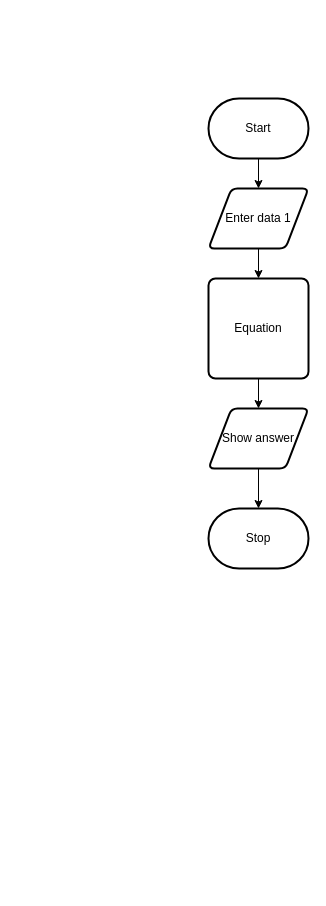
Before: design/flowchart.drawio in MTHS-ICS2O-2-2022/ICS2O-Unit-5-01-Jaden-Plugowsky, a draw.io diagram. Source tidied: cells renumbered, new cells numbered last; positions are measured from the earlier drawing's top-left corner, leaving out a move shared by most shapes. Both pictures are drawn from the tidied source at 100%, with x=0, y=0 at pixel (208, 98).
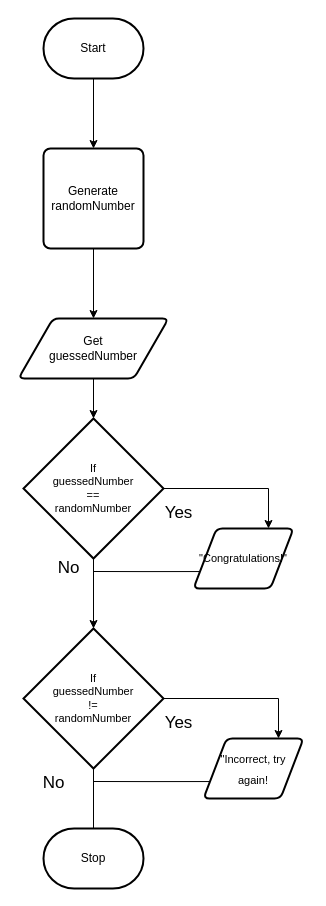
The same page after the edit.

The edit, as a diff of the source:
```diff
@@
-    <mxCell id="2" style="edgeStyle=orthogonalEdgeStyle;html=1;entryX=0.5;entryY=0;entryDx=0;entryDy=0;rounded=0;" parent="1" edge="1" source="3" target="6">
-      <mxGeometry relative="1" as="geometry" />
-    </mxCell>
+    <mxCell id="11" style="edgeStyle=orthogonalEdgeStyle;shape=connector;rounded=0;html=1;labelBackgroundColor=default;strokeColor=default;fontFamily=Helvetica;fontSize=11;fontColor=default;endArrow=classic;" parent="1" edge="1" source="3" target="14">
+      <mxGeometry relative="1" as="geometry" />
+    </mxCell>
     <mxCell id="3" value="Start" style="strokeWidth=2;html=1;shape=mxgraph.flowchart.terminator;whiteSpace=wrap;" parent="1" vertex="1">
-      <mxGeometry width="100" height="60" as="geometry" />
+      <mxGeometry x="-165" y="-80" width="100" height="60" as="geometry" />
     </mxCell>
     <mxCell id="4" value="Stop" style="strokeWidth=2;html=1;shape=mxgraph.flowchart.terminator;whiteSpace=wrap;" parent="1" vertex="1">
-      <mxGeometry y="410" width="100" height="60" as="geometry" />
+      <mxGeometry x="-165" y="730" width="100" height="60" as="geometry" />
     </mxCell>
-    <mxCell id="5" style="edgeStyle=orthogonalEdgeStyle;shape=connector;rounded=0;html=1;entryX=0.5;entryY=0;entryDx=0;entryDy=0;labelBackgroundColor=default;strokeColor=default;fontFamily=Helvetica;fontSize=11;fontColor=default;endArrow=classic;" parent="1" edge="1" source="6" target="10">
-      <mxGeometry relative="1" as="geometry" />
-    </mxCell>
+    <mxCell id="12" style="edgeStyle=orthogonalEdgeStyle;shape=connector;rounded=0;html=1;entryX=0.5;entryY=0;entryDx=0;entryDy=0;entryPerimeter=0;labelBackgroundColor=default;strokeColor=default;fontFamily=Helvetica;fontSize=11;fontColor=default;endArrow=classic;" parent="1" edge="1" source="6" target="17">
+      <mxGeometry relative="1" as="geometry" />
+    </mxCell>
-    <mxCell id="6" value="Enter data 1" style="shape=parallelogram;html=1;strokeWidth=2;perimeter=parallelogramPerimeter;whiteSpace=wrap;rounded=1;arcSize=12;size=0.23;" parent="1" vertex="1">
-      <mxGeometry y="90" width="100" height="60" as="geometry" />
+    <mxCell id="6" value="Get&lt;br&gt;guessedNumber" style="shape=parallelogram;html=1;strokeWidth=2;perimeter=parallelogramPerimeter;whiteSpace=wrap;rounded=1;arcSize=12;size=0.23;" parent="1" vertex="1">
+      <mxGeometry x="-190" y="220" width="150" height="60" as="geometry" />
     </mxCell>
-    <mxCell id="7" style="edgeStyle=orthogonalEdgeStyle;shape=connector;rounded=0;html=1;labelBackgroundColor=default;strokeColor=default;fontFamily=Helvetica;fontSize=11;fontColor=default;endArrow=classic;" parent="1" edge="1" source="8" target="4">
-      <mxGeometry relative="1" as="geometry" />
-    </mxCell>
-    <mxCell id="8" value="Show answer" style="shape=parallelogram;html=1;strokeWidth=2;perimeter=parallelogramPerimeter;whiteSpace=wrap;rounded=1;arcSize=12;size=0.23;" parent="1" vertex="1">
-      <mxGeometry y="310" width="100" height="60" as="geometry" />
-    </mxCell>
-    <mxCell id="9" style="edgeStyle=orthogonalEdgeStyle;shape=connector;rounded=0;html=1;entryX=0.5;entryY=0;entryDx=0;entryDy=0;labelBackgroundColor=default;strokeColor=default;fontFamily=Helvetica;fontSize=11;fontColor=default;endArrow=classic;" parent="1" edge="1" source="10" target="8">
-      <mxGeometry relative="1" as="geometry" />
-    </mxCell>
-    <mxCell id="10" value="Equation" style="rounded=1;whiteSpace=wrap;html=1;absoluteArcSize=1;arcSize=14;strokeWidth=2;" parent="1" vertex="1">
-      <mxGeometry y="180" width="100" height="100" as="geometry" />
-    </mxCell>
+    <mxCell id="13" style="edgeStyle=orthogonalEdgeStyle;shape=connector;rounded=0;html=1;entryX=0.5;entryY=0;entryDx=0;entryDy=0;labelBackgroundColor=default;strokeColor=default;fontFamily=Helvetica;fontSize=11;fontColor=default;endArrow=classic;" parent="1" edge="1" source="14" target="6">
+      <mxGeometry relative="1" as="geometry" />
+    </mxCell>
+    <mxCell id="14" value="Generate&lt;br&gt;randomNumber" style="rounded=1;whiteSpace=wrap;html=1;absoluteArcSize=1;arcSize=14;strokeWidth=2;" parent="1" vertex="1">
+      <mxGeometry x="-165" y="50" width="100" height="100" as="geometry" />
+    </mxCell>
+    <mxCell id="15" style="edgeStyle=orthogonalEdgeStyle;shape=connector;rounded=0;html=1;entryX=0.75;entryY=0;entryDx=0;entryDy=0;labelBackgroundColor=default;strokeColor=default;fontFamily=Helvetica;fontSize=11;fontColor=default;endArrow=classic;" parent="1" edge="1" source="17" target="19">
+      <mxGeometry relative="1" as="geometry" />
+    </mxCell>
+    <mxCell id="16" style="edgeStyle=orthogonalEdgeStyle;shape=connector;rounded=0;html=1;labelBackgroundColor=default;strokeColor=default;fontFamily=Helvetica;fontSize=11;fontColor=default;endArrow=classic;entryX=0.5;entryY=0;entryDx=0;entryDy=0;entryPerimeter=0;" parent="1" edge="1" source="17" target="24">
+      <mxGeometry relative="1" as="geometry" />
+    </mxCell>
+    <mxCell id="17" value="If&lt;br&gt;guessedNumber&lt;br&gt;==&lt;br&gt;randomNumber" style="strokeWidth=2;html=1;shape=mxgraph.flowchart.decision;whiteSpace=wrap;fontFamily=Helvetica;fontSize=11;fontColor=default;" parent="1" vertex="1">
+      <mxGeometry x="-185" y="320" width="140" height="140" as="geometry" />
+    </mxCell>
+    <mxCell id="18" style="edgeStyle=orthogonalEdgeStyle;rounded=0;html=1;exitX=0;exitY=0.75;exitDx=0;exitDy=0;labelBackgroundColor=default;strokeColor=default;fontFamily=Helvetica;fontSize=11;fontColor=default;endArrow=none;endFill=0;" parent="1" edge="1" source="19">
+      <mxGeometry relative="1" as="geometry">
+        <mxPoint x="-115" y="473" as="targetPoint" />
+      </mxGeometry>
+    </mxCell>
+    <mxCell id="19" value="&quot;Congratulations!&quot;" style="shape=parallelogram;html=1;strokeWidth=2;perimeter=parallelogramPerimeter;whiteSpace=wrap;rounded=1;arcSize=12;size=0.23;fontFamily=Helvetica;fontSize=11;fontColor=default;" parent="1" vertex="1">
+      <mxGeometry x="-15" y="430" width="100" height="60" as="geometry" />
+    </mxCell>
+    <mxCell id="20" value="&lt;font style=&quot;font-size: 17px;&quot;&gt;Yes&lt;/font&gt;" style="text;html=1;align=center;verticalAlign=middle;strokeColor=none;fillColor=none;fontSize=11;fontFamily=Helvetica;fontColor=default;" parent="1" vertex="1">
+      <mxGeometry x="-55" y="400" width="50" height="30" as="geometry" />
+    </mxCell>
+    <mxCell id="21" value="&lt;font style=&quot;font-size: 17px;&quot;&gt;No&lt;/font&gt;" style="text;html=1;align=center;verticalAlign=middle;strokeColor=none;fillColor=none;fontSize=11;fontFamily=Helvetica;fontColor=default;" parent="1" vertex="1">
+      <mxGeometry x="-160" y="455" width="40" height="30" as="geometry" />
+    </mxCell>
+    <mxCell id="22" style="edgeStyle=orthogonalEdgeStyle;shape=connector;rounded=0;html=1;entryX=0.75;entryY=0;entryDx=0;entryDy=0;labelBackgroundColor=default;strokeColor=default;fontFamily=Helvetica;fontSize=11;fontColor=default;endArrow=classic;" parent="1" edge="1" source="24" target="26">
+      <mxGeometry relative="1" as="geometry" />
+    </mxCell>
+    <mxCell id="23" style="edgeStyle=orthogonalEdgeStyle;shape=connector;rounded=0;html=1;labelBackgroundColor=default;strokeColor=default;fontFamily=Helvetica;fontSize=11;fontColor=default;endArrow=none;endFill=0;entryX=0.5;entryY=0;entryDx=0;entryDy=0;entryPerimeter=0;" parent="1" edge="1" source="24" target="4">
+      <mxGeometry relative="1" as="geometry" />
+    </mxCell>
+    <mxCell id="24" value="If&lt;br&gt;guessedNumber&lt;br&gt;!=&lt;br&gt;randomNumber" style="strokeWidth=2;html=1;shape=mxgraph.flowchart.decision;whiteSpace=wrap;fontFamily=Helvetica;fontSize=11;fontColor=default;" parent="1" vertex="1">
+      <mxGeometry x="-185" y="530" width="140" height="140" as="geometry" />
+    </mxCell>
+    <mxCell id="25" style="edgeStyle=orthogonalEdgeStyle;shape=connector;rounded=0;html=1;exitX=0;exitY=0.75;exitDx=0;exitDy=0;labelBackgroundColor=default;strokeColor=default;fontFamily=Helvetica;fontSize=11;fontColor=default;endArrow=none;endFill=0;" parent="1" edge="1" source="26">
+      <mxGeometry relative="1" as="geometry">
+        <mxPoint x="-115" y="683" as="targetPoint" />
+      </mxGeometry>
+    </mxCell>
+    <mxCell id="26" value="&lt;font style=&quot;font-size: 11px;&quot;&gt;&quot;Incorrect, try again!&lt;/font&gt;" style="shape=parallelogram;html=1;strokeWidth=2;perimeter=parallelogramPerimeter;whiteSpace=wrap;rounded=1;arcSize=12;size=0.23;fontFamily=Helvetica;fontSize=17;fontColor=default;" parent="1" vertex="1">
+      <mxGeometry x="-5" y="640" width="100" height="60" as="geometry" />
+    </mxCell>
+    <mxCell id="27" value="&lt;font style=&quot;font-size: 17px;&quot;&gt;Yes&lt;/font&gt;" style="text;html=1;align=center;verticalAlign=middle;strokeColor=none;fillColor=none;fontSize=11;fontFamily=Helvetica;fontColor=default;" parent="1" vertex="1">
+      <mxGeometry x="-55" y="610" width="50" height="30" as="geometry" />
+    </mxCell>
+    <mxCell id="28" value="&lt;font style=&quot;font-size: 17px;&quot;&gt;No&lt;/font&gt;" style="text;html=1;align=center;verticalAlign=middle;strokeColor=none;fillColor=none;fontSize=11;fontFamily=Helvetica;fontColor=default;" parent="1" vertex="1">
+      <mxGeometry x="-175" y="670" width="40" height="30" as="geometry" />
+    </mxCell>
```
